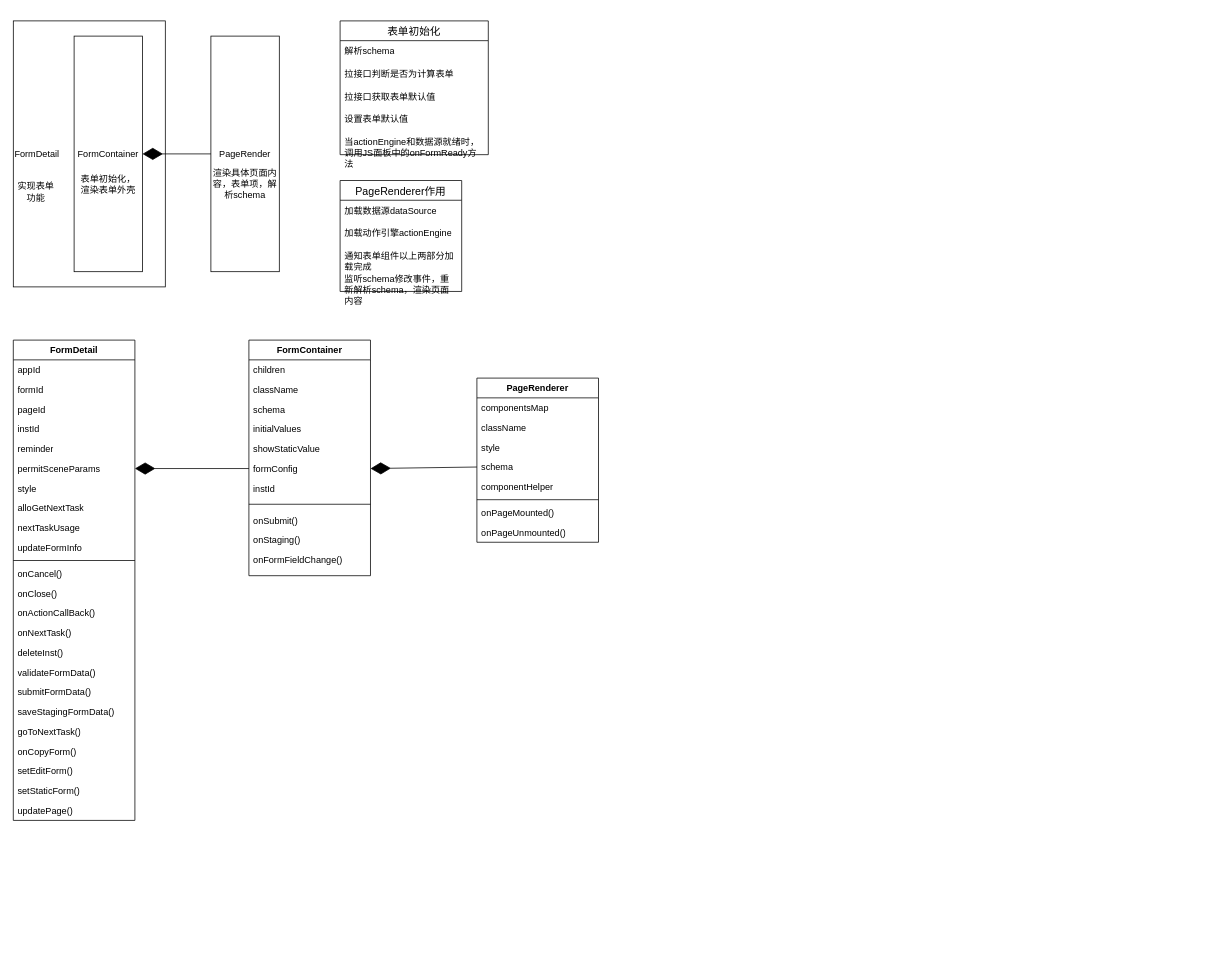
This is 包含关系图 的副本.drawio from FoxJokerEila/-, a draw.io file, before an edit. Source tidied: cells renumbered, new cells numbered last; positions are measured from the earlier drawing's top-left corner, leaving out a move shared by most shapes. Both pictures are drawn from the tidied source at 76%, with x=0, y=0 at pixel (13, 21).
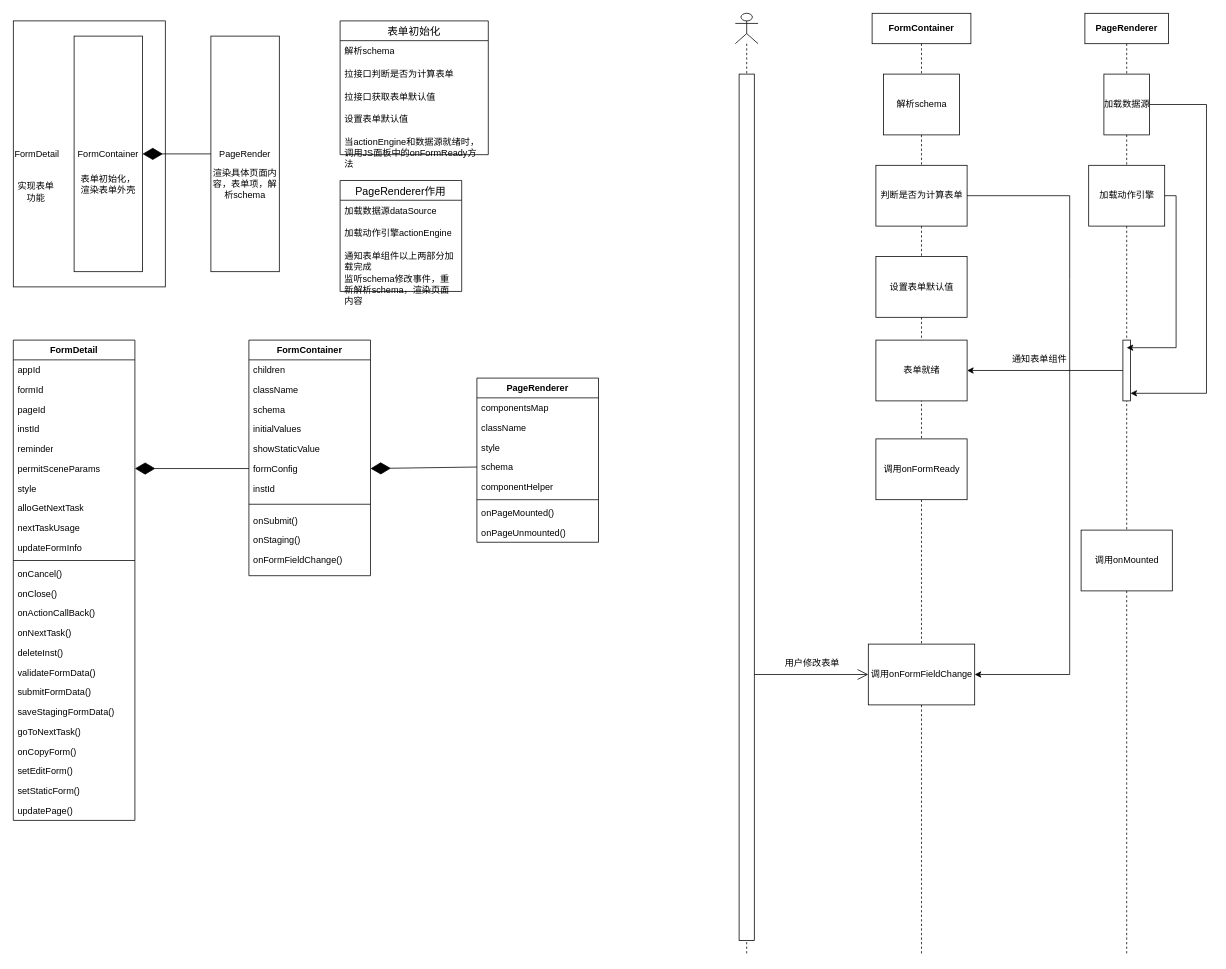
The same diagram, later.

Commit message:
更新包含关系图 的副本.drawio

The edit, as a diff of the source:
```diff
@@
+    <mxCell id="68" value="&lt;span style=&quot;font-weight: 700; text-wrap: nowrap;&quot;&gt;FormContainer&lt;/span&gt;" style="shape=umlLifeline;perimeter=lifelinePerimeter;whiteSpace=wrap;html=1;newEdgeStyle={&quot;curved&quot;:0,&quot;rounded&quot;:0};" parent="1" vertex="1">
+      <mxGeometry x="1130" y="-10" width="130" height="1240" as="geometry" />
+    </mxCell>
+    <mxCell id="69" value="解析schema" style="html=1;perimeter=orthogonalPerimeter;targetShapes=umlLifeline;newEdgeStyle={&quot;curved&quot;:0,&quot;rounded&quot;:0};" parent="68" vertex="1">
+      <mxGeometry x="15" y="80" width="100" height="80" as="geometry" />
+    </mxCell>
+    <mxCell id="70" value="判断是否为计算表单" style="html=1;points=[[0,0,0,0,5],[0,1,0,0,-5],[1,0,0,0,5],[1,1,0,0,-5]];perimeter=orthogonalPerimeter;outlineConnect=0;targetShapes=umlLifeline;portConstraint=eastwest;newEdgeStyle={&quot;curved&quot;:0,&quot;rounded&quot;:0};" parent="68" vertex="1">
+      <mxGeometry x="5" y="200" width="120" height="80" as="geometry" />
+    </mxCell>
+    <mxCell id="71" value="设置表单默认值" style="html=1;perimeter=orthogonalPerimeter;targetShapes=umlLifeline;newEdgeStyle={&quot;curved&quot;:0,&quot;rounded&quot;:0};" parent="68" vertex="1">
+      <mxGeometry x="5" y="320" width="120" height="80" as="geometry" />
+    </mxCell>
+    <mxCell id="72" value="表单就绪" style="html=1;points=[[0,0,0,0,5],[0,1,0,0,-5],[1,0,0,0,5],[1,1,0,0,-5]];perimeter=orthogonalPerimeter;outlineConnect=0;targetShapes=umlLifeline;portConstraint=eastwest;newEdgeStyle={&quot;curved&quot;:0,&quot;rounded&quot;:0};" parent="68" vertex="1">
+      <mxGeometry x="5" y="430" width="120" height="80" as="geometry" />
+    </mxCell>
+    <mxCell id="73" value="调用onFormReady" style="html=1;perimeter=orthogonalPerimeter;targetShapes=umlLifeline;newEdgeStyle={&quot;curved&quot;:0,&quot;rounded&quot;:0};" parent="68" vertex="1">
+      <mxGeometry x="5" y="560" width="120" height="80" as="geometry" />
+    </mxCell>
+    <mxCell id="74" value="调用onFormFieldChange" style="html=1;points=[[0,0,0,0,5],[0,1,0,0,-5],[1,0,0,0,5],[1,1,0,0,-5]];perimeter=orthogonalPerimeter;outlineConnect=0;targetShapes=umlLifeline;portConstraint=eastwest;newEdgeStyle={&quot;curved&quot;:0,&quot;rounded&quot;:0};" parent="68" vertex="1">
+      <mxGeometry x="-5" y="830" width="140" height="80" as="geometry" />
+    </mxCell>
+    <mxCell id="75" value="&lt;span style=&quot;font-weight: 700;&quot;&gt;PageRenderer&lt;/span&gt;" style="shape=umlLifeline;perimeter=lifelinePerimeter;whiteSpace=wrap;html=1;newEdgeStyle={&quot;curved&quot;:0,&quot;rounded&quot;:0};" parent="1" vertex="1">
+      <mxGeometry x="1410" y="-10" width="110" height="1240" as="geometry" />
+    </mxCell>
+    <mxCell id="76" style="edgeStyle=orthogonalEdgeStyle;rounded=0;jettySize=auto;html=1;curved=0;" parent="75" edge="1" source="77" target="79">
+      <mxGeometry relative="1" as="geometry">
+        <Array as="points">
+          <mxPoint x="160" y="120" />
+          <mxPoint x="160" y="500" />
+        </Array>
+      </mxGeometry>
+    </mxCell>
+    <mxCell id="77" value="加载数据源" style="html=1;points=[[0,0,0,0,5],[0,1,0,0,-5],[1,0,0,0,5],[1,1,0,0,-5]];perimeter=orthogonalPerimeter;outlineConnect=0;targetShapes=umlLifeline;portConstraint=eastwest;newEdgeStyle={&quot;curved&quot;:0,&quot;rounded&quot;:0};" parent="75" vertex="1">
+      <mxGeometry x="25" y="80" width="60" height="80" as="geometry" />
+    </mxCell>
+    <mxCell id="78" value="加载动作引擎" style="html=1;points=[[0,0,0,0,5],[0,1,0,0,-5],[1,0,0,0,5],[1,1,0,0,-5]];perimeter=orthogonalPerimeter;outlineConnect=0;targetShapes=umlLifeline;portConstraint=eastwest;newEdgeStyle={&quot;curved&quot;:0,&quot;rounded&quot;:0};" parent="75" vertex="1">
+      <mxGeometry x="5" y="200" width="100" height="80" as="geometry" />
+    </mxCell>
+    <mxCell id="79" style="html=1;points=[[0,0,0,0,5],[0,1,0,0,-5],[1,0,0,0,5],[1,1,0,0,-5]];perimeter=orthogonalPerimeter;outlineConnect=0;targetShapes=umlLifeline;portConstraint=eastwest;newEdgeStyle={&quot;curved&quot;:0,&quot;rounded&quot;:0};" parent="75" vertex="1">
+      <mxGeometry x="50" y="430" width="10" height="80" as="geometry" />
+    </mxCell>
+    <mxCell id="80" style="edgeStyle=orthogonalEdgeStyle;rounded=0;jettySize=auto;html=1;curved=0;" parent="75" edge="1" source="78">
+      <mxGeometry relative="1" as="geometry">
+        <mxPoint x="55" y="440" as="targetPoint" />
+        <Array as="points">
+          <mxPoint x="120" y="240" />
+          <mxPoint x="120" y="440" />
+          <mxPoint x="55" y="440" />
+        </Array>
+      </mxGeometry>
+    </mxCell>
+    <mxCell id="81" value="调用onMounted" style="html=1;perimeter=orthogonalPerimeter;targetShapes=umlLifeline;newEdgeStyle={&quot;curved&quot;:0,&quot;rounded&quot;:0};" parent="75" vertex="1">
+      <mxGeometry x="-5" y="680" width="120" height="80" as="geometry" />
+    </mxCell>
+    <mxCell id="82" style="edgeStyle=orthogonalEdgeStyle;rounded=0;jettySize=auto;html=1;curved=0;" parent="1" edge="1" source="79" target="72">
+      <mxGeometry relative="1" as="geometry" />
+    </mxCell>
+    <mxCell id="83" value="通知表单组件" style="text;html=1;align=center;verticalAlign=middle;strokeColor=none;fillColor=none;" parent="1" vertex="1">
+      <mxGeometry x="1300" y="430" width="100" height="30" as="geometry" />
+    </mxCell>
+    <mxCell id="84" style="shape=umlLifeline;perimeter=lifelinePerimeter;whiteSpace=wrap;html=1;newEdgeStyle={&quot;curved&quot;:0,&quot;rounded&quot;:0};participant=umlActor;" parent="1" vertex="1">
+      <mxGeometry x="950" y="-10" width="30" height="1240" as="geometry" />
+    </mxCell>
+    <mxCell id="85" style="html=1;perimeter=orthogonalPerimeter;targetShapes=umlLifeline;newEdgeStyle={&quot;curved&quot;:0,&quot;rounded&quot;:0};" parent="84" vertex="1">
+      <mxGeometry x="5" y="80" width="20" height="1140" as="geometry" />
+    </mxCell>
+    <mxCell id="86" value="用户修改表单" style="text;html=1;align=center;verticalAlign=middle;strokeColor=none;fillColor=none;" parent="1" vertex="1">
+      <mxGeometry x="1001" y="830" width="100" height="30" as="geometry" />
+    </mxCell>
+    <mxCell id="87" style="endArrow=open;endFill=1;endSize=12;html=1;rounded=0;" parent="1" edge="1" target="74">
+      <mxGeometry relative="1" as="geometry">
+        <mxPoint x="975" y="860" as="sourcePoint" />
+      </mxGeometry>
+    </mxCell>
+    <mxCell id="88" style="edgeStyle=orthogonalEdgeStyle;rounded=0;jettySize=auto;html=1;curved=0;" parent="1" edge="1" source="70" target="74">
+      <mxGeometry relative="1" as="geometry">
+        <Array as="points">
+          <mxPoint x="1390" y="230" />
+          <mxPoint x="1390" y="340" />
+          <mxPoint x="1390" y="350" />
+          <mxPoint x="1390" y="350" />
+          <mxPoint x="1390" y="860" />
+        </Array>
+      </mxGeometry>
+    </mxCell>
```
